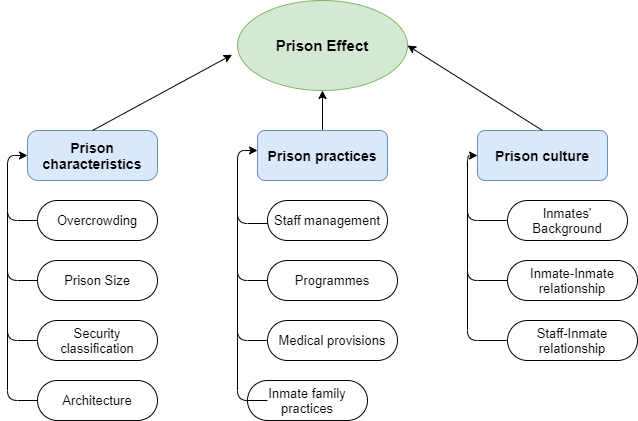
A-mora/SOCHICRIM keeps this draw.io diagram as figures/prison effect.png. Above is the earlier version. Source tidied: cells renumbered, new cells last; positions are measured from the earlier drawing's top-left corner, leaving out a move shared by most shapes. Its diagram source:
```xml
<mxGraphModel>
  <root>
    <mxCell id="0" />
    <mxCell id="1" parent="0" />
    <mxCell id="2" value="&lt;b&gt;&lt;font style=&quot;font-size: 15px&quot;&gt;Prison Effect&lt;/font&gt;&lt;/b&gt;" style="ellipse;whiteSpace=wrap;html=1;fillColor=#d5e8d4;strokeColor=#82b366;" parent="1" vertex="1">
      <mxGeometry x="230" width="170" height="90" as="geometry" />
    </mxCell>
    <mxCell id="3" value="&lt;b&gt;&lt;font style=&quot;font-size: 14px&quot;&gt;Prison characteristics&lt;/font&gt;&lt;/b&gt;" style="rounded=1;whiteSpace=wrap;html=1;arcSize=21;fillColor=#dae8fc;strokeColor=#6c8ebf;" parent="1" vertex="1">
      <mxGeometry x="20" y="130" width="130" height="50" as="geometry" />
    </mxCell>
    <mxCell id="4" style="edgeStyle=none;rounded=0;jettySize=auto;html=1;exitX=0.5;exitY=0;exitDx=0;exitDy=0;" parent="1" edge="1" source="5" target="2">
      <mxGeometry relative="1" as="geometry" />
    </mxCell>
    <mxCell id="5" value="&lt;b&gt;&lt;font style=&quot;font-size: 14px&quot;&gt;Prison practices&lt;/font&gt;&lt;/b&gt;" style="rounded=1;whiteSpace=wrap;html=1;fillColor=#dae8fc;strokeColor=#6c8ebf;" parent="1" vertex="1">
      <mxGeometry x="250" y="130" width="130" height="50" as="geometry" />
    </mxCell>
    <mxCell id="6" value="&lt;b&gt;&lt;font style=&quot;font-size: 14px&quot;&gt;Prison culture&lt;/font&gt;&lt;/b&gt;" style="rounded=1;whiteSpace=wrap;html=1;fillColor=#dae8fc;strokeColor=#6c8ebf;" parent="1" vertex="1">
      <mxGeometry x="470" y="130" width="130" height="50" as="geometry" />
    </mxCell>
    <mxCell id="7" style="endArrow=classic;html=1;exitX=0.5;exitY=0;exitDx=0;exitDy=0;entryX=-0.032;entryY=0.603;entryDx=0;entryDy=0;entryPerimeter=0;" parent="1" edge="1" source="3" target="2">
      <mxGeometry relative="1" as="geometry" />
    </mxCell>
    <mxCell id="8" style="endArrow=classic;html=1;exitX=0.5;exitY=0;exitDx=0;exitDy=0;entryX=1;entryY=0.5;entryDx=0;entryDy=0;" parent="1" edge="1" source="6" target="2">
      <mxGeometry relative="1" as="geometry" />
    </mxCell>
    <mxCell id="9" value="&lt;font style=&quot;font-size: 13px&quot;&gt;Security classification&lt;/font&gt;" style="rounded=1;whiteSpace=wrap;html=1;arcSize=50;" parent="1" vertex="1">
      <mxGeometry x="30" y="320" width="120" height="40" as="geometry" />
    </mxCell>
    <mxCell id="10" style="edgeStyle=orthogonalEdgeStyle;rounded=1;jettySize=auto;html=1;exitX=0;exitY=0.5;exitDx=0;exitDy=0;entryX=0;entryY=0.5;entryDx=0;entryDy=0;" parent="1" edge="1" source="11" target="3">
      <mxGeometry relative="1" as="geometry" />
    </mxCell>
    <mxCell id="11" value="&lt;font style=&quot;font-size: 13px&quot;&gt;Overcrowding&lt;/font&gt;" style="rounded=1;whiteSpace=wrap;html=1;arcSize=50;" parent="1" vertex="1">
      <mxGeometry x="30" y="200" width="120" height="40" as="geometry" />
    </mxCell>
    <mxCell id="12" value="&lt;font style=&quot;font-size: 13px&quot;&gt;Prison Size&lt;/font&gt;" style="rounded=1;whiteSpace=wrap;html=1;arcSize=50;" parent="1" vertex="1">
      <mxGeometry x="30" y="260" width="120" height="40" as="geometry" />
    </mxCell>
    <mxCell id="13" value="&lt;font style=&quot;font-size: 13px&quot;&gt;Architecture&lt;/font&gt;" style="rounded=1;whiteSpace=wrap;html=1;arcSize=50;" parent="1" vertex="1">
      <mxGeometry x="30" y="380" width="120" height="40" as="geometry" />
    </mxCell>
    <mxCell id="14" value="&lt;font style=&quot;font-size: 13px&quot;&gt;Staff management&lt;/font&gt;" style="rounded=1;whiteSpace=wrap;html=1;arcSize=50;" parent="1" vertex="1">
      <mxGeometry x="260" y="200" width="120" height="40" as="geometry" />
    </mxCell>
    <mxCell id="15" value="&lt;font style=&quot;font-size: 13px&quot;&gt;Programmes&lt;/font&gt;" style="rounded=1;whiteSpace=wrap;html=1;arcSize=50;" parent="1" vertex="1">
      <mxGeometry x="260" y="260" width="130" height="40" as="geometry" />
    </mxCell>
    <mxCell id="16" value="&lt;font style=&quot;font-size: 13px&quot;&gt;Medical provisions&lt;/font&gt;" style="rounded=1;whiteSpace=wrap;html=1;arcSize=50;" parent="1" vertex="1">
      <mxGeometry x="260" y="320" width="130" height="40" as="geometry" />
    </mxCell>
    <mxCell id="17" value="&lt;font style=&quot;font-size: 13px&quot;&gt;Inmate family practices&lt;/font&gt;" style="rounded=1;whiteSpace=wrap;html=1;arcSize=50;" parent="1" vertex="1">
      <mxGeometry x="240" y="380" width="120" height="40" as="geometry" />
    </mxCell>
    <mxCell id="18" value="&lt;span style=&quot;font-size: 13px&quot;&gt;Inmates' Background&lt;br&gt;&lt;/span&gt;" style="rounded=1;whiteSpace=wrap;html=1;arcSize=50;" parent="1" vertex="1">
      <mxGeometry x="500" y="200" width="120" height="40" as="geometry" />
    </mxCell>
    <mxCell id="19" value="&lt;font style=&quot;font-size: 13px&quot;&gt;Inmate-Inmate relationship&lt;/font&gt;" style="rounded=1;whiteSpace=wrap;html=1;arcSize=50;" parent="1" vertex="1">
      <mxGeometry x="500" y="260" width="130" height="40" as="geometry" />
    </mxCell>
    <mxCell id="20" value="&lt;font style=&quot;font-size: 13px&quot;&gt;Staff-Inmate relationship&lt;/font&gt;" style="rounded=1;whiteSpace=wrap;html=1;arcSize=50;" parent="1" vertex="1">
      <mxGeometry x="500" y="320" width="130" height="40" as="geometry" />
    </mxCell>
    <mxCell id="21" style="endArrow=none;html=1;edgeStyle=orthogonalEdgeStyle;exitX=0;exitY=0.5;exitDx=0;exitDy=0;rounded=1;" parent="1" edge="1" source="12">
      <mxGeometry relative="1" as="geometry">
        <mxPoint y="210" as="targetPoint" />
      </mxGeometry>
    </mxCell>
    <mxCell id="22" style="endArrow=classic;html=1;edgeStyle=orthogonalEdgeStyle;" parent="1" edge="1">
      <mxGeometry relative="1" as="geometry">
        <mxPoint x="260" y="223" as="sourcePoint" />
        <mxPoint x="250" y="150" as="targetPoint" />
        <Array as="points">
          <mxPoint x="230" y="223" />
          <mxPoint x="230" y="150" />
          <mxPoint x="250" y="150" />
        </Array>
      </mxGeometry>
    </mxCell>
    <mxCell id="23" style="endArrow=none;html=1;edgeStyle=orthogonalEdgeStyle;exitX=0;exitY=0.5;exitDx=0;exitDy=0;rounded=1;" parent="1" edge="1" source="9">
      <mxGeometry relative="1" as="geometry">
        <mxPoint y="260" as="targetPoint" />
      </mxGeometry>
    </mxCell>
    <mxCell id="24" style="endArrow=none;html=1;edgeStyle=orthogonalEdgeStyle;exitX=0;exitY=0.5;exitDx=0;exitDy=0;rounded=1;" parent="1" edge="1" source="13">
      <mxGeometry relative="1" as="geometry">
        <mxPoint y="310" as="targetPoint" />
      </mxGeometry>
    </mxCell>
    <mxCell id="25" style="endArrow=none;html=1;edgeStyle=orthogonalEdgeStyle;exitX=0;exitY=0.5;exitDx=0;exitDy=0;rounded=1;" parent="1" edge="1" source="15">
      <mxGeometry relative="1" as="geometry">
        <mxPoint x="230" y="210" as="targetPoint" />
      </mxGeometry>
    </mxCell>
    <mxCell id="26" style="endArrow=none;html=1;edgeStyle=orthogonalEdgeStyle;exitX=0;exitY=0.5;exitDx=0;exitDy=0;rounded=1;" parent="1" edge="1" source="16">
      <mxGeometry relative="1" as="geometry">
        <mxPoint x="230" y="255" as="targetPoint" />
      </mxGeometry>
    </mxCell>
    <mxCell id="27" style="endArrow=none;html=1;edgeStyle=orthogonalEdgeStyle;exitX=0;exitY=0.5;exitDx=0;exitDy=0;rounded=1;" parent="1" edge="1">
      <mxGeometry relative="1" as="geometry">
        <mxPoint x="260" y="400" as="sourcePoint" />
        <mxPoint x="230" y="310" as="targetPoint" />
      </mxGeometry>
    </mxCell>
    <mxCell id="28" style="endArrow=classic;html=1;entryX=0;entryY=0.5;entryDx=0;entryDy=0;exitX=0;exitY=0.5;exitDx=0;exitDy=0;edgeStyle=orthogonalEdgeStyle;" parent="1" edge="1" source="18" target="6">
      <mxGeometry relative="1" as="geometry" />
    </mxCell>
    <mxCell id="29" style="endArrow=none;html=1;exitX=0;exitY=0.5;exitDx=0;exitDy=0;edgeStyle=orthogonalEdgeStyle;" parent="1" edge="1" source="19">
      <mxGeometry relative="1" as="geometry">
        <mxPoint x="460" y="200" as="targetPoint" />
      </mxGeometry>
    </mxCell>
    <mxCell id="30" style="endArrow=none;html=1;exitX=0;exitY=0.5;exitDx=0;exitDy=0;edgeStyle=orthogonalEdgeStyle;" parent="1" edge="1" source="20">
      <mxGeometry relative="1" as="geometry">
        <mxPoint x="460" y="270" as="targetPoint" />
      </mxGeometry>
    </mxCell>
  </root>
</mxGraphModel>
```
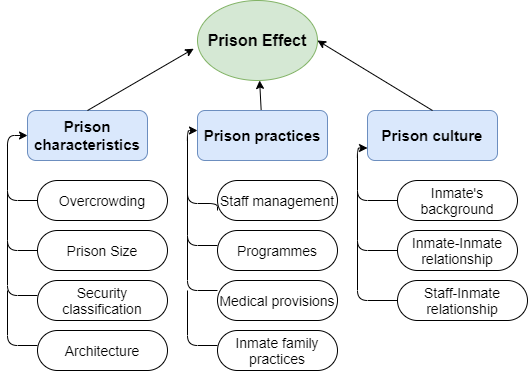
Later version of the same file.

Change to the diagram source:
```diff
@@ -2,20 +2,20 @@
   <root>
     <mxCell id="0" />
     <mxCell id="1" parent="0" />
-    <mxCell id="2" value="&lt;b&gt;&lt;font style=&quot;font-size: 15px&quot;&gt;Prison Effect&lt;/font&gt;&lt;/b&gt;" style="ellipse;whiteSpace=wrap;html=1;fillColor=#d5e8d4;strokeColor=#82b366;" parent="1" vertex="1">
-      <mxGeometry x="230" width="170" height="90" as="geometry" />
+    <mxCell id="2" value="&lt;b&gt;&lt;font style=&quot;font-size: 16px&quot;&gt;Prison Effect&lt;/font&gt;&lt;/b&gt;" style="ellipse;whiteSpace=wrap;html=1;fillColor=#d5e8d4;strokeColor=#82b366;" parent="1" vertex="1">
+      <mxGeometry x="190" y="20" width="120" height="80" as="geometry" />
     </mxCell>
-    <mxCell id="3" value="&lt;b&gt;&lt;font style=&quot;font-size: 14px&quot;&gt;Prison characteristics&lt;/font&gt;&lt;/b&gt;" style="rounded=1;whiteSpace=wrap;html=1;arcSize=21;fillColor=#dae8fc;strokeColor=#6c8ebf;" parent="1" vertex="1">
-      <mxGeometry x="20" y="130" width="130" height="50" as="geometry" />
+    <mxCell id="3" value="&lt;b&gt;&lt;font style=&quot;font-size: 15px&quot;&gt;Prison characteristics&lt;/font&gt;&lt;/b&gt;" style="rounded=1;whiteSpace=wrap;html=1;arcSize=17;fillColor=#dae8fc;strokeColor=#6c8ebf;" parent="1" vertex="1">
+      <mxGeometry x="20" y="130" width="120" height="50" as="geometry" />
     </mxCell>
-    <mxCell id="4" style="edgeStyle=none;rounded=0;jettySize=auto;html=1;exitX=0.5;exitY=0;exitDx=0;exitDy=0;" parent="1" edge="1" source="5" target="2">
+    <mxCell id="4" style="edgeStyle=none;rounded=0;jettySize=auto;html=1;" parent="1" edge="1" source="5" target="2">
       <mxGeometry relative="1" as="geometry" />
     </mxCell>
-    <mxCell id="5" value="&lt;b&gt;&lt;font style=&quot;font-size: 14px&quot;&gt;Prison practices&lt;/font&gt;&lt;/b&gt;" style="rounded=1;whiteSpace=wrap;html=1;fillColor=#dae8fc;strokeColor=#6c8ebf;" parent="1" vertex="1">
-      <mxGeometry x="250" y="130" width="130" height="50" as="geometry" />
+    <mxCell id="5" value="&lt;b&gt;&lt;font style=&quot;font-size: 15px&quot;&gt;Prison practices&lt;/font&gt;&lt;/b&gt;" style="rounded=1;whiteSpace=wrap;html=1;fillColor=#dae8fc;strokeColor=#6c8ebf;" parent="1" vertex="1">
+      <mxGeometry x="190" y="130" width="130" height="50" as="geometry" />
     </mxCell>
-    <mxCell id="6" value="&lt;b&gt;&lt;font style=&quot;font-size: 14px&quot;&gt;Prison culture&lt;/font&gt;&lt;/b&gt;" style="rounded=1;whiteSpace=wrap;html=1;fillColor=#dae8fc;strokeColor=#6c8ebf;" parent="1" vertex="1">
-      <mxGeometry x="470" y="130" width="130" height="50" as="geometry" />
+    <mxCell id="6" value="&lt;b&gt;&lt;font style=&quot;font-size: 15px&quot;&gt;Prison culture&lt;/font&gt;&lt;/b&gt;" style="rounded=1;whiteSpace=wrap;html=1;fillColor=#dae8fc;strokeColor=#6c8ebf;" parent="1" vertex="1">
+      <mxGeometry x="360" y="130" width="130" height="50" as="geometry" />
     </mxCell>
     <mxCell id="7" style="endArrow=classic;html=1;exitX=0.5;exitY=0;exitDx=0;exitDy=0;entryX=-0.032;entryY=0.603;entryDx=0;entryDy=0;entryPerimeter=0;" parent="1" edge="1" source="3" target="2">
       <mxGeometry relative="1" as="geometry" />
@@ -23,95 +23,97 @@
     <mxCell id="8" style="endArrow=classic;html=1;exitX=0.5;exitY=0;exitDx=0;exitDy=0;entryX=1;entryY=0.5;entryDx=0;entryDy=0;" parent="1" edge="1" source="6" target="2">
       <mxGeometry relative="1" as="geometry" />
     </mxCell>
-    <mxCell id="9" value="&lt;font style=&quot;font-size: 13px&quot;&gt;Security classification&lt;/font&gt;" style="rounded=1;whiteSpace=wrap;html=1;arcSize=50;" parent="1" vertex="1">
-      <mxGeometry x="30" y="320" width="120" height="40" as="geometry" />
+    <mxCell id="9" value="&lt;font style=&quot;font-size: 14px&quot;&gt;Security classification&lt;/font&gt;" style="rounded=1;whiteSpace=wrap;html=1;arcSize=50;" parent="1" vertex="1">
+      <mxGeometry x="30" y="300" width="130" height="40" as="geometry" />
     </mxCell>
     <mxCell id="10" style="edgeStyle=orthogonalEdgeStyle;rounded=1;jettySize=auto;html=1;exitX=0;exitY=0.5;exitDx=0;exitDy=0;entryX=0;entryY=0.5;entryDx=0;entryDy=0;" parent="1" edge="1" source="11" target="3">
       <mxGeometry relative="1" as="geometry" />
     </mxCell>
-    <mxCell id="11" value="&lt;font style=&quot;font-size: 13px&quot;&gt;Overcrowding&lt;/font&gt;" style="rounded=1;whiteSpace=wrap;html=1;arcSize=50;" parent="1" vertex="1">
-      <mxGeometry x="30" y="200" width="120" height="40" as="geometry" />
+    <mxCell id="11" value="&lt;font style=&quot;font-size: 14px&quot;&gt;Overcrowding&lt;/font&gt;" style="rounded=1;whiteSpace=wrap;html=1;arcSize=50;" parent="1" vertex="1">
+      <mxGeometry x="30" y="200" width="130" height="40" as="geometry" />
     </mxCell>
-    <mxCell id="12" value="&lt;font style=&quot;font-size: 13px&quot;&gt;Prison Size&lt;/font&gt;" style="rounded=1;whiteSpace=wrap;html=1;arcSize=50;" parent="1" vertex="1">
-      <mxGeometry x="30" y="260" width="120" height="40" as="geometry" />
+    <mxCell id="12" value="&lt;font style=&quot;font-size: 14px&quot;&gt;Prison Size&lt;/font&gt;" style="rounded=1;whiteSpace=wrap;html=1;arcSize=50;" parent="1" vertex="1">
+      <mxGeometry x="30" y="250" width="130" height="40" as="geometry" />
     </mxCell>
-    <mxCell id="13" value="&lt;font style=&quot;font-size: 13px&quot;&gt;Architecture&lt;/font&gt;" style="rounded=1;whiteSpace=wrap;html=1;arcSize=50;" parent="1" vertex="1">
-      <mxGeometry x="30" y="380" width="120" height="40" as="geometry" />
+    <mxCell id="13" value="&lt;font style=&quot;font-size: 14px&quot;&gt;Architecture&lt;/font&gt;" style="rounded=1;whiteSpace=wrap;html=1;arcSize=50;" parent="1" vertex="1">
+      <mxGeometry x="30" y="350" width="130" height="40" as="geometry" />
     </mxCell>
-    <mxCell id="14" value="&lt;font style=&quot;font-size: 13px&quot;&gt;Staff management&lt;/font&gt;" style="rounded=1;whiteSpace=wrap;html=1;arcSize=50;" parent="1" vertex="1">
-      <mxGeometry x="260" y="200" width="120" height="40" as="geometry" />
+    <mxCell id="14" value="&lt;font style=&quot;font-size: 14px&quot;&gt;Staff management&lt;/font&gt;" style="rounded=1;whiteSpace=wrap;html=1;arcSize=50;" parent="1" vertex="1">
+      <mxGeometry x="210" y="200" width="120" height="40" as="geometry" />
     </mxCell>
-    <mxCell id="15" value="&lt;font style=&quot;font-size: 13px&quot;&gt;Programmes&lt;/font&gt;" style="rounded=1;whiteSpace=wrap;html=1;arcSize=50;" parent="1" vertex="1">
-      <mxGeometry x="260" y="260" width="130" height="40" as="geometry" />
+    <mxCell id="15" value="&lt;font style=&quot;font-size: 14px&quot;&gt;Programmes&lt;/font&gt;" style="rounded=1;whiteSpace=wrap;html=1;arcSize=50;" parent="1" vertex="1">
+      <mxGeometry x="210" y="250" width="120" height="40" as="geometry" />
     </mxCell>
-    <mxCell id="16" value="&lt;font style=&quot;font-size: 13px&quot;&gt;Medical provisions&lt;/font&gt;" style="rounded=1;whiteSpace=wrap;html=1;arcSize=50;" parent="1" vertex="1">
-      <mxGeometry x="260" y="320" width="130" height="40" as="geometry" />
+    <mxCell id="16" value="&lt;font style=&quot;font-size: 14px&quot;&gt;Medical provisions&lt;/font&gt;" style="rounded=1;whiteSpace=wrap;html=1;arcSize=50;" parent="1" vertex="1">
+      <mxGeometry x="210" y="300" width="120" height="40" as="geometry" />
     </mxCell>
-    <mxCell id="17" value="&lt;font style=&quot;font-size: 13px&quot;&gt;Inmate family practices&lt;/font&gt;" style="rounded=1;whiteSpace=wrap;html=1;arcSize=50;" parent="1" vertex="1">
-      <mxGeometry x="240" y="380" width="120" height="40" as="geometry" />
+    <mxCell id="17" value="&lt;font style=&quot;font-size: 14px&quot;&gt;Inmate family practices&lt;/font&gt;" style="rounded=1;whiteSpace=wrap;html=1;arcSize=50;" parent="1" vertex="1">
+      <mxGeometry x="210" y="350" width="120" height="40" as="geometry" />
     </mxCell>
-    <mxCell id="18" value="&lt;span style=&quot;font-size: 13px&quot;&gt;Inmates' Background&lt;br&gt;&lt;/span&gt;" style="rounded=1;whiteSpace=wrap;html=1;arcSize=50;" parent="1" vertex="1">
-      <mxGeometry x="500" y="200" width="120" height="40" as="geometry" />
+    <mxCell id="18" value="&lt;font style=&quot;font-size: 14px&quot;&gt;Inmate's background&lt;/font&gt;" style="rounded=1;whiteSpace=wrap;html=1;arcSize=50;" parent="1" vertex="1">
+      <mxGeometry x="390" y="200" width="120" height="40" as="geometry" />
     </mxCell>
-    <mxCell id="19" value="&lt;font style=&quot;font-size: 13px&quot;&gt;Inmate-Inmate relationship&lt;/font&gt;" style="rounded=1;whiteSpace=wrap;html=1;arcSize=50;" parent="1" vertex="1">
-      <mxGeometry x="500" y="260" width="130" height="40" as="geometry" />
+    <mxCell id="19" value="&lt;font style=&quot;font-size: 14px&quot;&gt;Inmate-Inmate relationship&lt;/font&gt;" style="rounded=1;whiteSpace=wrap;html=1;arcSize=50;" parent="1" vertex="1">
+      <mxGeometry x="390" y="250" width="120" height="40" as="geometry" />
     </mxCell>
-    <mxCell id="20" value="&lt;font style=&quot;font-size: 13px&quot;&gt;Staff-Inmate relationship&lt;/font&gt;" style="rounded=1;whiteSpace=wrap;html=1;arcSize=50;" parent="1" vertex="1">
-      <mxGeometry x="500" y="320" width="130" height="40" as="geometry" />
+    <mxCell id="20" value="&lt;font style=&quot;font-size: 14px&quot;&gt;Staff-Inmate relationship&lt;/font&gt;" style="rounded=1;whiteSpace=wrap;html=1;arcSize=50;" parent="1" vertex="1">
+      <mxGeometry x="390" y="300" width="130" height="40" as="geometry" />
     </mxCell>
     <mxCell id="21" style="endArrow=none;html=1;edgeStyle=orthogonalEdgeStyle;exitX=0;exitY=0.5;exitDx=0;exitDy=0;rounded=1;" parent="1" edge="1" source="12">
       <mxGeometry relative="1" as="geometry">
         <mxPoint y="210" as="targetPoint" />
       </mxGeometry>
     </mxCell>
-    <mxCell id="22" style="endArrow=classic;html=1;edgeStyle=orthogonalEdgeStyle;" parent="1" edge="1">
+    <mxCell id="22" style="endArrow=classic;html=1;exitX=0;exitY=0.75;exitDx=0;exitDy=0;edgeStyle=orthogonalEdgeStyle;" parent="1" edge="1" source="14">
       <mxGeometry relative="1" as="geometry">
-        <mxPoint x="260" y="223" as="sourcePoint" />
-        <mxPoint x="250" y="150" as="targetPoint" />
+        <mxPoint x="190" y="150" as="targetPoint" />
         <Array as="points">
-          <mxPoint x="230" y="223" />
-          <mxPoint x="230" y="150" />
-          <mxPoint x="250" y="150" />
+          <mxPoint x="180" y="223" />
+          <mxPoint x="180" y="150" />
         </Array>
       </mxGeometry>
     </mxCell>
-    <mxCell id="23" style="endArrow=none;html=1;edgeStyle=orthogonalEdgeStyle;exitX=0;exitY=0.5;exitDx=0;exitDy=0;rounded=1;" parent="1" edge="1" source="9">
+    <mxCell id="23" style="endArrow=none;html=1;edgeStyle=orthogonalEdgeStyle;exitX=0;exitY=0.5;exitDx=0;exitDy=0;rounded=1;" parent="1" edge="1">
       <mxGeometry relative="1" as="geometry">
+        <mxPoint x="30" y="315" as="sourcePoint" />
         <mxPoint y="260" as="targetPoint" />
       </mxGeometry>
     </mxCell>
-    <mxCell id="24" style="endArrow=none;html=1;edgeStyle=orthogonalEdgeStyle;exitX=0;exitY=0.5;exitDx=0;exitDy=0;rounded=1;" parent="1" edge="1" source="13">
+    <mxCell id="24" style="endArrow=none;html=1;edgeStyle=orthogonalEdgeStyle;exitX=0;exitY=0.5;exitDx=0;exitDy=0;rounded=1;" parent="1" edge="1">
       <mxGeometry relative="1" as="geometry">
+        <mxPoint x="30" y="365" as="sourcePoint" />
         <mxPoint y="310" as="targetPoint" />
       </mxGeometry>
     </mxCell>
-    <mxCell id="25" style="endArrow=none;html=1;edgeStyle=orthogonalEdgeStyle;exitX=0;exitY=0.5;exitDx=0;exitDy=0;rounded=1;" parent="1" edge="1" source="15">
+    <mxCell id="25" style="endArrow=none;html=1;edgeStyle=orthogonalEdgeStyle;exitX=0;exitY=0.5;exitDx=0;exitDy=0;rounded=1;" parent="1" edge="1">
       <mxGeometry relative="1" as="geometry">
-        <mxPoint x="230" y="210" as="targetPoint" />
+        <mxPoint x="210" y="265" as="sourcePoint" />
+        <mxPoint x="180" y="210" as="targetPoint" />
       </mxGeometry>
     </mxCell>
-    <mxCell id="26" style="endArrow=none;html=1;edgeStyle=orthogonalEdgeStyle;exitX=0;exitY=0.5;exitDx=0;exitDy=0;rounded=1;" parent="1" edge="1" source="16">
+    <mxCell id="26" style="endArrow=none;html=1;edgeStyle=orthogonalEdgeStyle;exitX=0;exitY=0.5;exitDx=0;exitDy=0;rounded=1;" parent="1" edge="1">
       <mxGeometry relative="1" as="geometry">
-        <mxPoint x="230" y="255" as="targetPoint" />
+        <mxPoint x="210" y="310" as="sourcePoint" />
+        <mxPoint x="180" y="255" as="targetPoint" />
       </mxGeometry>
     </mxCell>
     <mxCell id="27" style="endArrow=none;html=1;edgeStyle=orthogonalEdgeStyle;exitX=0;exitY=0.5;exitDx=0;exitDy=0;rounded=1;" parent="1" edge="1">
       <mxGeometry relative="1" as="geometry">
-        <mxPoint x="260" y="400" as="sourcePoint" />
-        <mxPoint x="230" y="310" as="targetPoint" />
+        <mxPoint x="210" y="365" as="sourcePoint" />
+        <mxPoint x="180" y="310" as="targetPoint" />
       </mxGeometry>
     </mxCell>
-    <mxCell id="28" style="endArrow=classic;html=1;entryX=0;entryY=0.5;entryDx=0;entryDy=0;exitX=0;exitY=0.5;exitDx=0;exitDy=0;edgeStyle=orthogonalEdgeStyle;" parent="1" edge="1" source="18" target="6">
+    <mxCell id="28" style="endArrow=classic;html=1;entryX=0;entryY=0.75;entryDx=0;entryDy=0;exitX=0;exitY=0.5;exitDx=0;exitDy=0;edgeStyle=orthogonalEdgeStyle;" parent="1" edge="1" source="18" target="6">
       <mxGeometry relative="1" as="geometry" />
     </mxCell>
     <mxCell id="29" style="endArrow=none;html=1;exitX=0;exitY=0.5;exitDx=0;exitDy=0;edgeStyle=orthogonalEdgeStyle;" parent="1" edge="1" source="19">
       <mxGeometry relative="1" as="geometry">
-        <mxPoint x="460" y="200" as="targetPoint" />
+        <mxPoint x="350" y="210" as="targetPoint" />
       </mxGeometry>
     </mxCell>
     <mxCell id="30" style="endArrow=none;html=1;exitX=0;exitY=0.5;exitDx=0;exitDy=0;edgeStyle=orthogonalEdgeStyle;" parent="1" edge="1" source="20">
       <mxGeometry relative="1" as="geometry">
-        <mxPoint x="460" y="270" as="targetPoint" />
+        <mxPoint x="350" y="260" as="targetPoint" />
       </mxGeometry>
     </mxCell>
   </root>
```
